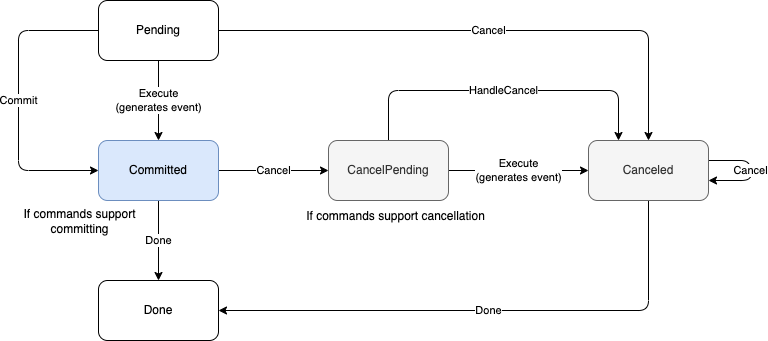
This is docs/commands.drawio.png from cschleiden/go-workflows, a draw.io export, as it was before one commit. Source tidied: cells renumbered, new cells last; positions are measured from the earlier drawing's top-left corner, leaving out a move shared by most shapes. Its diagram source:
```xml
<mxGraphModel background="#FFFFFF">
  <root>
    <mxCell id="0" />
    <mxCell id="1" parent="0" />
    <mxCell id="2" value="Execute&lt;br&gt;(generates event)" style="edgeStyle=none;html=1;" parent="1" edge="1" source="5" target="8">
      <mxGeometry relative="1" as="geometry" />
    </mxCell>
    <mxCell id="3" value="Commit" style="edgeStyle=orthogonalEdgeStyle;rounded=1;html=1;exitX=0;exitY=0.5;exitDx=0;exitDy=0;entryX=0;entryY=0.5;entryDx=0;entryDy=0;strokeColor=default;" parent="1" edge="1" source="5" target="8">
      <mxGeometry relative="1" as="geometry">
        <Array as="points">
          <mxPoint y="30" />
          <mxPoint y="170" />
        </Array>
      </mxGeometry>
    </mxCell>
    <mxCell id="4" value="Cancel" style="edgeStyle=orthogonalEdgeStyle;rounded=1;html=1;exitX=1;exitY=0.5;exitDx=0;exitDy=0;entryX=0.5;entryY=0;entryDx=0;entryDy=0;strokeColor=default;" parent="1" edge="1" source="5" target="14">
      <mxGeometry relative="1" as="geometry" />
    </mxCell>
    <mxCell id="5" value="Pending" style="rounded=1;whiteSpace=wrap;html=1;" parent="1" vertex="1">
      <mxGeometry x="80" width="120" height="60" as="geometry" />
    </mxCell>
    <mxCell id="6" value="Cancel" style="edgeStyle=none;html=1;" parent="1" edge="1" source="8" target="11">
      <mxGeometry relative="1" as="geometry" />
    </mxCell>
    <mxCell id="7" value="Done" style="edgeStyle=none;rounded=0;html=1;strokeColor=default;" parent="1" edge="1" source="8" target="15">
      <mxGeometry relative="1" as="geometry" />
    </mxCell>
    <mxCell id="8" value="Committed" style="rounded=1;whiteSpace=wrap;html=1;fillColor=#dae8fc;strokeColor=#6c8ebf;" parent="1" vertex="1">
      <mxGeometry x="80" y="140" width="120" height="60" as="geometry" />
    </mxCell>
    <mxCell id="9" value="Execute&lt;br&gt;(generates event)" style="edgeStyle=none;html=1;" parent="1" edge="1" source="11" target="14">
      <mxGeometry relative="1" as="geometry" />
    </mxCell>
    <mxCell id="10" value="HandleCancel" style="edgeStyle=orthogonalEdgeStyle;rounded=1;html=1;exitX=0.5;exitY=0;exitDx=0;exitDy=0;entryX=0.25;entryY=0;entryDx=0;entryDy=0;strokeColor=default;" parent="1" edge="1" source="11" target="14">
      <mxGeometry relative="1" as="geometry">
        <Array as="points">
          <mxPoint x="370" y="90" />
          <mxPoint x="600" y="90" />
        </Array>
      </mxGeometry>
    </mxCell>
    <mxCell id="11" value="CancelPending" style="rounded=1;whiteSpace=wrap;html=1;fillColor=#f5f5f5;fontColor=#333333;strokeColor=#666666;" parent="1" vertex="1">
      <mxGeometry x="310" y="140" width="120" height="60" as="geometry" />
    </mxCell>
    <mxCell id="12" value="Done" style="edgeStyle=orthogonalEdgeStyle;rounded=1;html=1;exitX=0.5;exitY=1;exitDx=0;exitDy=0;entryX=1;entryY=0.5;entryDx=0;entryDy=0;strokeColor=default;" parent="1" edge="1" source="14" target="15">
      <mxGeometry relative="1" as="geometry" />
    </mxCell>
    <mxCell id="13" value="Cancel" style="edgeStyle=orthogonalEdgeStyle;rounded=1;html=1;strokeColor=default;" parent="1" edge="1" source="14" target="14">
      <mxGeometry relative="1" as="geometry">
        <Array as="points">
          <mxPoint x="732" y="170" />
        </Array>
      </mxGeometry>
    </mxCell>
    <mxCell id="14" value="Canceled" style="rounded=1;whiteSpace=wrap;html=1;fillColor=#f5f5f5;fontColor=#333333;strokeColor=#666666;" parent="1" vertex="1">
      <mxGeometry x="570" y="140" width="120" height="60" as="geometry" />
    </mxCell>
    <mxCell id="15" value="Done" style="rounded=1;whiteSpace=wrap;html=1;" parent="1" vertex="1">
      <mxGeometry x="80" y="280" width="120" height="60" as="geometry" />
    </mxCell>
    <mxCell id="16" value="If commands support cancellation" style="text;html=1;align=center;verticalAlign=middle;strokeColor=none;fillColor=none;" parent="1" vertex="1">
      <mxGeometry x="282" y="207" width="189" height="18" as="geometry" />
    </mxCell>
    <mxCell id="17" value="If commands support&lt;br&gt;committing" style="text;html=1;align=center;verticalAlign=middle;strokeColor=none;fillColor=none;" parent="1" vertex="1">
      <mxGeometry y="205" width="122" height="32" as="geometry" />
    </mxCell>
  </root>
</mxGraphModel>
```
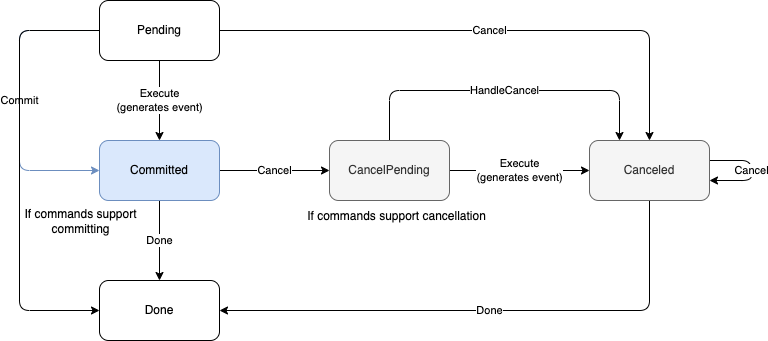
Later version of the same file.

Change to the diagram source:
```diff
@@ -5,7 +5,7 @@
     <mxCell id="2" value="Execute&lt;br&gt;(generates event)" style="edgeStyle=none;html=1;" parent="1" edge="1" source="5" target="8">
       <mxGeometry relative="1" as="geometry" />
     </mxCell>
-    <mxCell id="3" value="Commit" style="edgeStyle=orthogonalEdgeStyle;rounded=1;html=1;exitX=0;exitY=0.5;exitDx=0;exitDy=0;entryX=0;entryY=0.5;entryDx=0;entryDy=0;strokeColor=default;" parent="1" edge="1" source="5" target="8">
+    <mxCell id="3" value="Commit" style="edgeStyle=orthogonalEdgeStyle;rounded=1;html=1;exitX=0;exitY=0.5;exitDx=0;exitDy=0;entryX=0;entryY=0.5;entryDx=0;entryDy=0;strokeColor=#6c8ebf;fillColor=#dae8fc;" parent="1" edge="1" source="5" target="8">
       <mxGeometry relative="1" as="geometry">
         <Array as="points">
           <mxPoint y="30" />
@@ -16,6 +16,14 @@
     <mxCell id="4" value="Cancel" style="edgeStyle=orthogonalEdgeStyle;rounded=1;html=1;exitX=1;exitY=0.5;exitDx=0;exitDy=0;entryX=0.5;entryY=0;entryDx=0;entryDy=0;strokeColor=default;" parent="1" edge="1" source="5" target="14">
       <mxGeometry relative="1" as="geometry" />
     </mxCell>
+    <mxCell id="18" style="edgeStyle=orthogonalEdgeStyle;html=1;exitX=0;exitY=0.5;exitDx=0;exitDy=0;entryX=0;entryY=0.5;entryDx=0;entryDy=0;" parent="1" edge="1" source="5" target="15">
+      <mxGeometry relative="1" as="geometry">
+        <Array as="points">
+          <mxPoint y="30" />
+          <mxPoint y="310" />
+        </Array>
+      </mxGeometry>
+    </mxCell>
     <mxCell id="5" value="Pending" style="rounded=1;whiteSpace=wrap;html=1;" parent="1" vertex="1">
       <mxGeometry x="80" width="120" height="60" as="geometry" />
     </mxCell>
```
